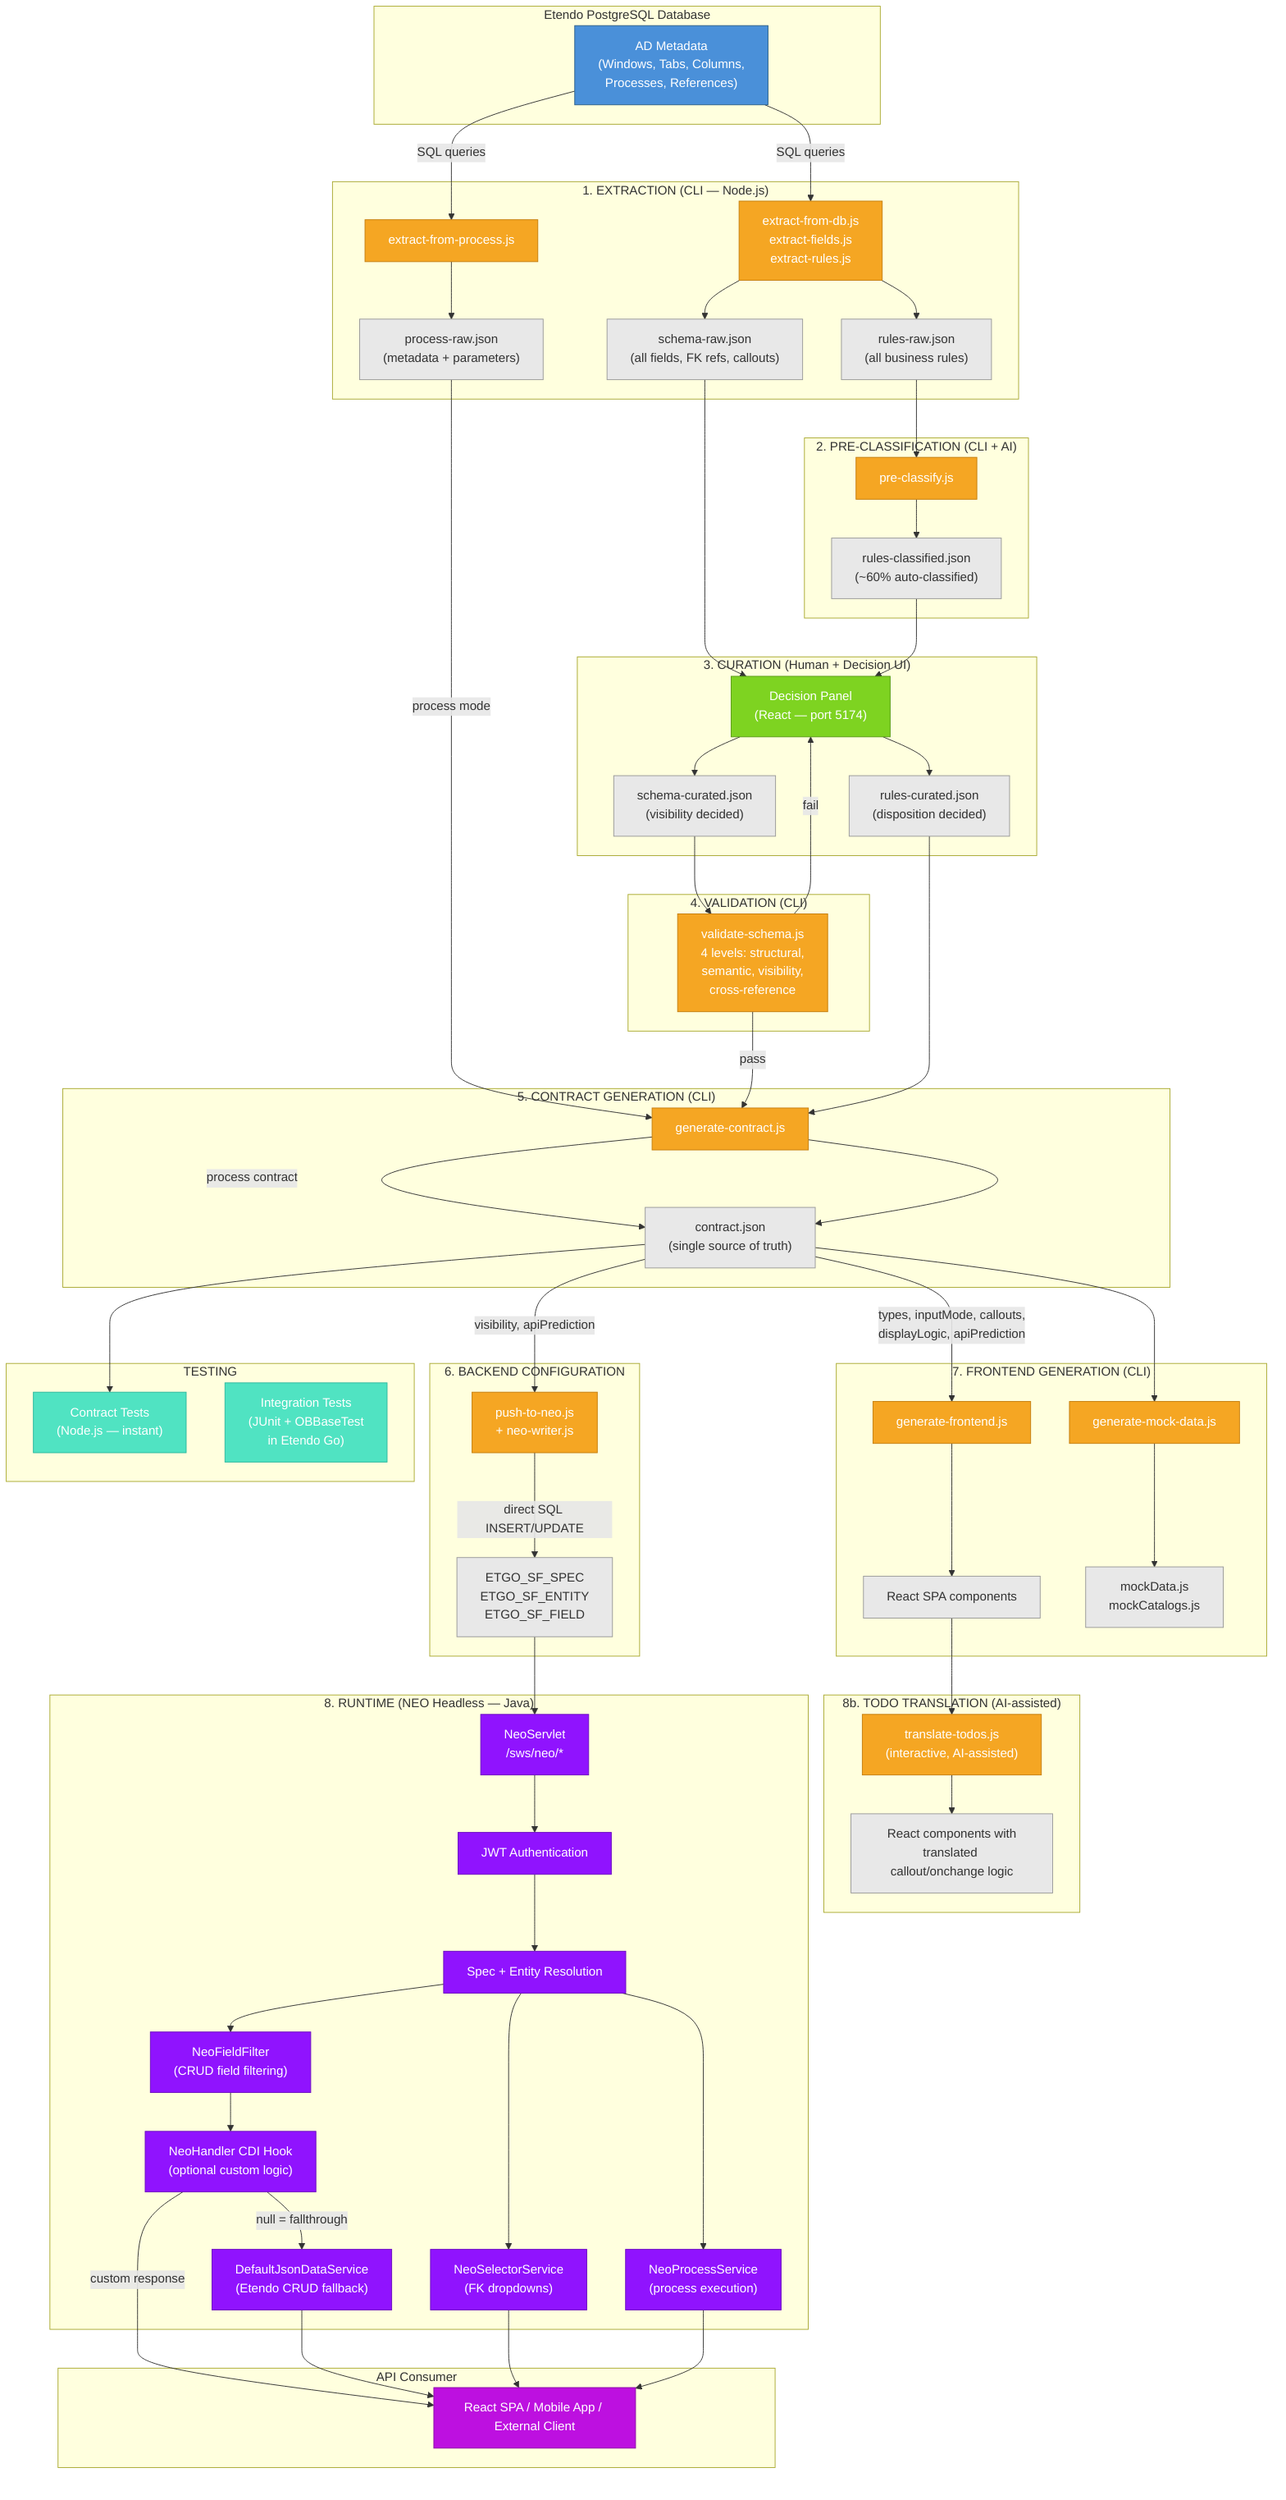
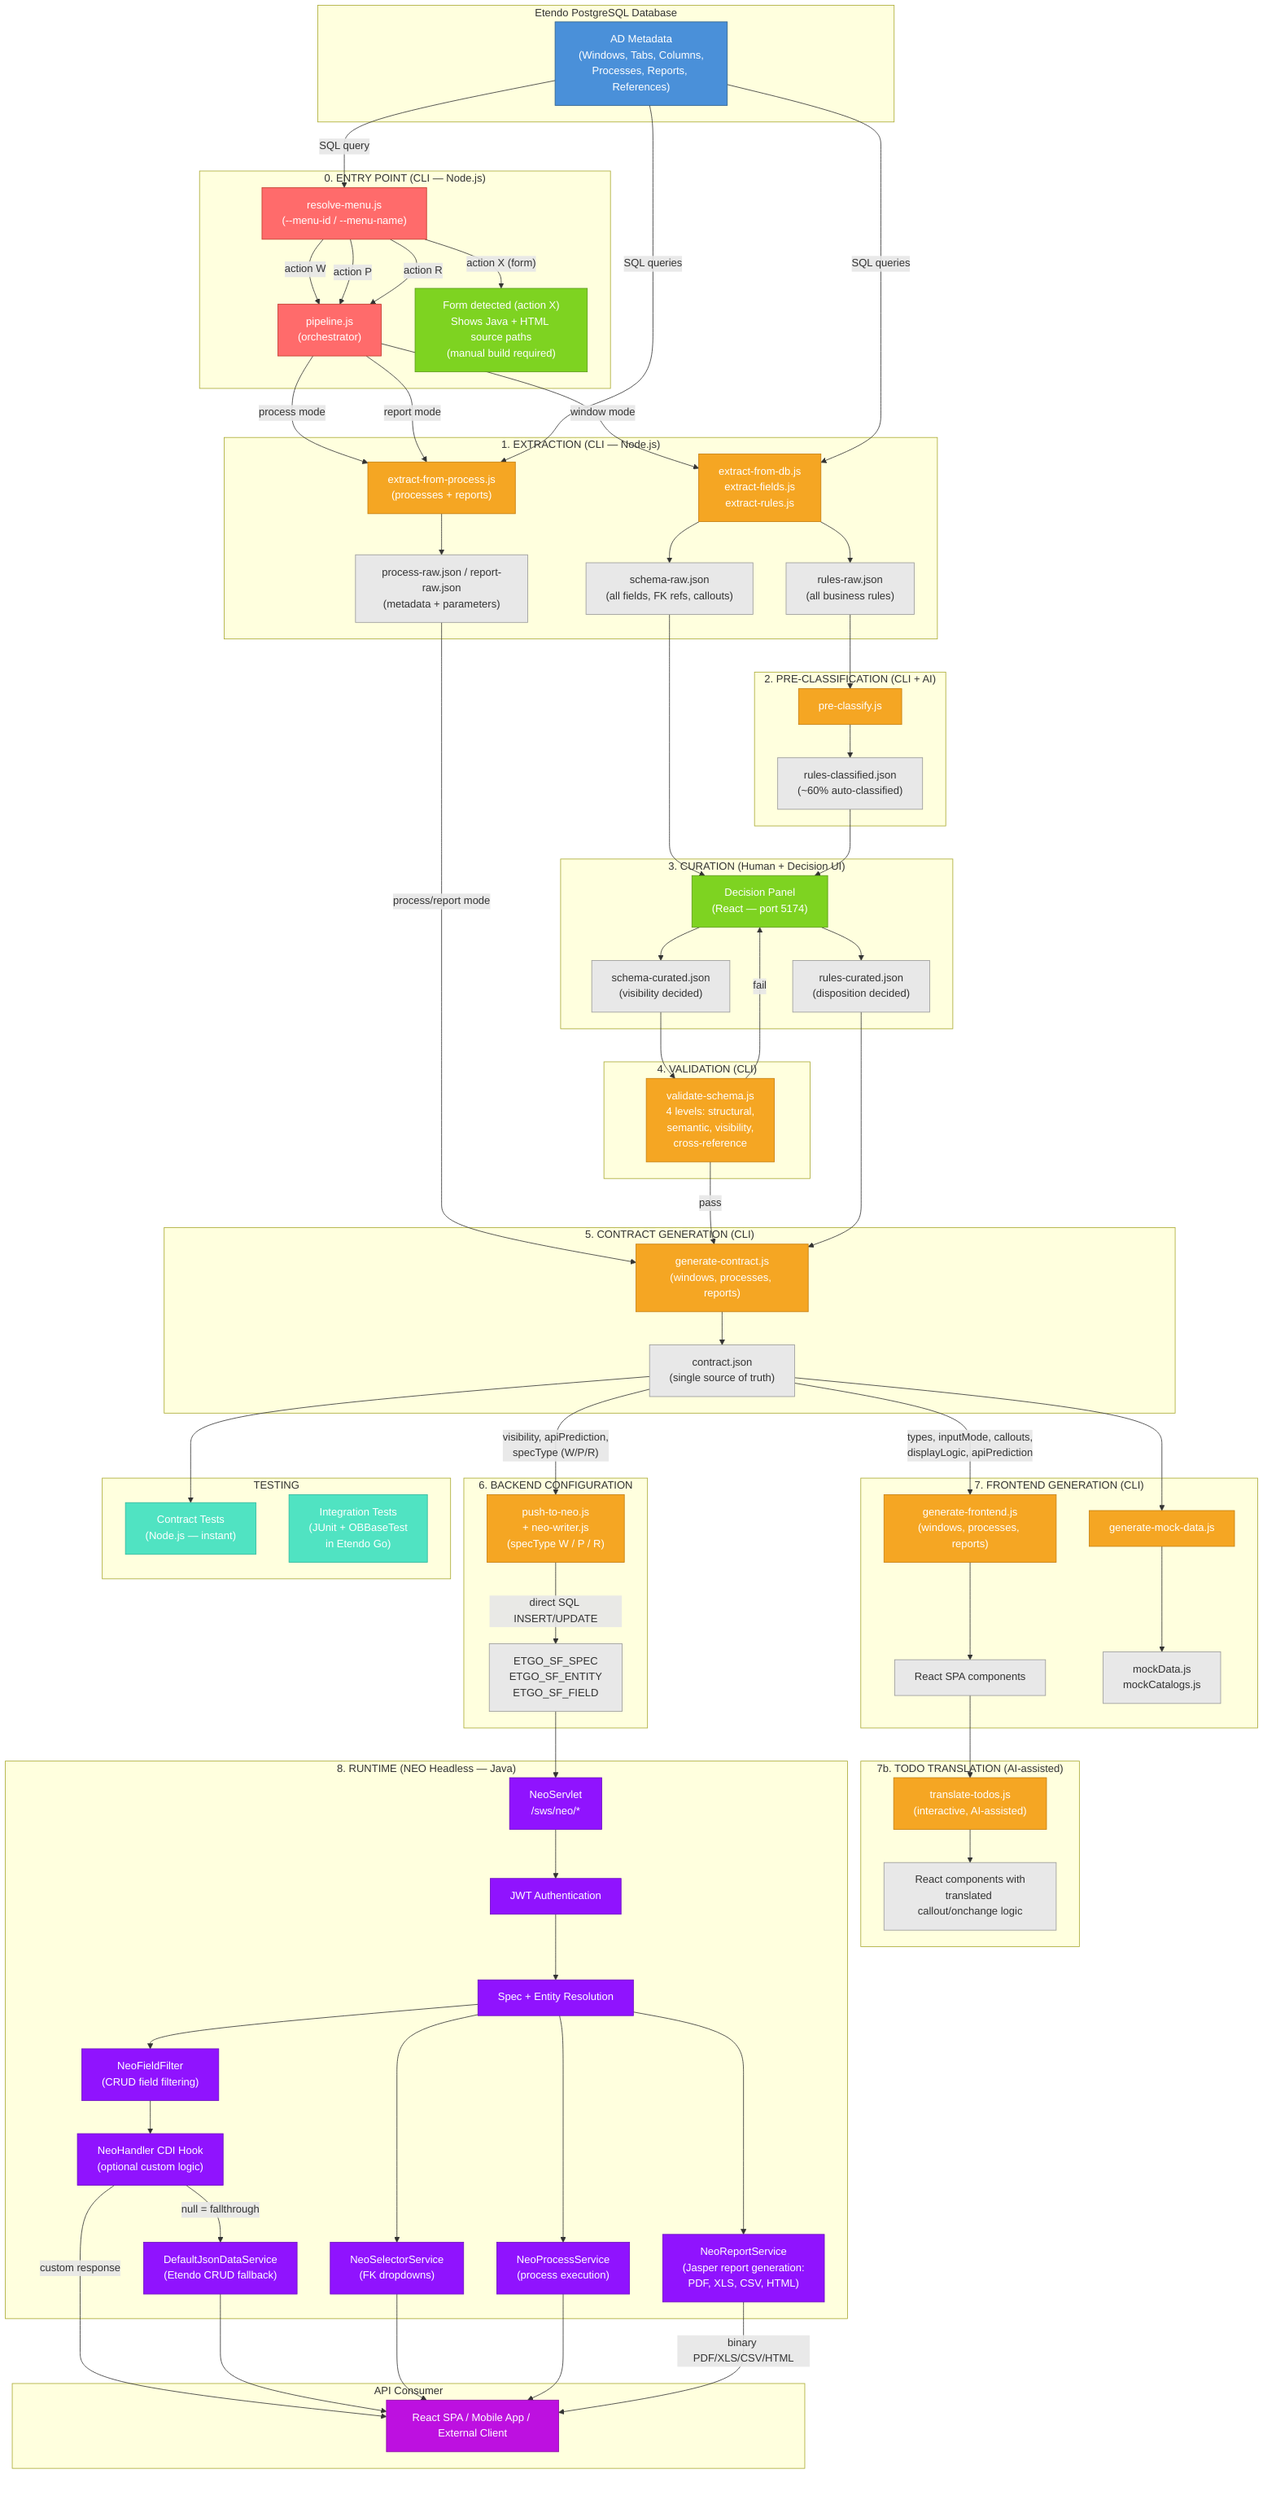
flowchart TD
    subgraph EtendoDB["Etendo PostgreSQL Database"]
-         AD["AD Metadata<br/>(Windows, Tabs, Columns,<br/>Processes, References)"]
+         AD["AD Metadata<br/>(Windows, Tabs, Columns,<br/>Processes, Reports, References)"]
+     end
+ 
+     subgraph EntryPoint["0. ENTRY POINT (CLI — Node.js)"]
+         MENU["resolve-menu.js<br/>(--menu-id / --menu-name)"]
+         PIPE["pipeline.js<br/>(orchestrator)"]
+         FORM_INFO["Form detected (action X)<br/>Shows Java + HTML source paths<br/>(manual build required)"]
    end

    subgraph Extraction["1. EXTRACTION (CLI — Node.js)"]
        EXT["extract-from-db.js<br/>extract-fields.js<br/>extract-rules.js"]
-         PEXT["extract-from-process.js"]
+         PEXT["extract-from-process.js<br/>(processes + reports)"]
        RAW_S["schema-raw.json<br/>(all fields, FK refs, callouts)"]
        RAW_R["rules-raw.json<br/>(all business rules)"]
-         RAW_P["process-raw.json<br/>(metadata + parameters)"]
+         RAW_P["process-raw.json / report-raw.json<br/>(metadata + parameters)"]
    end

    subgraph PreClassify["2. PRE-CLASSIFICATION (CLI + AI)"]
        PC["pre-classify.js"]
        CLASS_R["rules-classified.json<br/>(~60% auto-classified)"]
    end

    subgraph Curation["3. CURATION (Human + Decision UI)"]
        DP["Decision Panel<br/>(React — port 5174)"]
        CUR_S["schema-curated.json<br/>(visibility decided)"]
        CUR_R["rules-curated.json<br/>(disposition decided)"]
    end

    subgraph Validation["4. VALIDATION (CLI)"]
        VAL["validate-schema.js<br/>4 levels: structural,<br/>semantic, visibility,<br/>cross-reference"]
    end

    subgraph ContractGen["5. CONTRACT GENERATION (CLI)"]
-         GC["generate-contract.js"]
+         GC["generate-contract.js<br/>(windows, processes, reports)"]
        CONTRACT["contract.json<br/>(single source of truth)"]
    end

    subgraph BackendConfig["6. BACKEND CONFIGURATION"]
-         PTN["push-to-neo.js<br/>+ neo-writer.js"]
+         PTN["push-to-neo.js<br/>+ neo-writer.js<br/>(specType W / P / R)"]
        TABLES["ETGO_SF_SPEC<br/>ETGO_SF_ENTITY<br/>ETGO_SF_FIELD"]
    end

    subgraph FrontendGen["7. FRONTEND GENERATION (CLI)"]
-         GF["generate-frontend.js"]
+         GF["generate-frontend.js<br/>(windows, processes, reports)"]
        GM["generate-mock-data.js"]
        REACT["React SPA components"]
        MOCK["mockData.js<br/>mockCatalogs.js"]
    end

-     subgraph TodoTranslation["8b. TODO TRANSLATION (AI-assisted)"]
+     subgraph TodoTranslation["7b. TODO TRANSLATION (AI-assisted)"]
        TT["translate-todos.js<br/>(interactive, AI-assisted)"]
        TT_OUT["React components with<br/>translated callout/onchange logic"]
    end

    subgraph Runtime["8. RUNTIME (NEO Headless — Java)"]
        NEO["NeoServlet<br/>/sws/neo/*"]
        AUTH["JWT Authentication"]
        RESOLVE["Spec + Entity Resolution"]
        FILTER["NeoFieldFilter<br/>(CRUD field filtering)"]
        HANDLER["NeoHandler CDI Hook<br/>(optional custom logic)"]
        DS["DefaultJsonDataService<br/>(Etendo CRUD fallback)"]
        SEL["NeoSelectorService<br/>(FK dropdowns)"]
        PROC["NeoProcessService<br/>(process execution)"]
+         RPT["NeoReportService<br/>(Jasper report generation:<br/>PDF, XLS, CSV, HTML)"]
    end

    subgraph Testing["TESTING"]
        CT["Contract Tests<br/>(Node.js — instant)"]
        IT["Integration Tests<br/>(JUnit + OBBaseTest<br/>in Etendo Go)"]
    end

    subgraph Client["API Consumer"]
        APP["React SPA / Mobile App / External Client"]
    end

-     %% Extraction (Windows)
+     %% Entry point: menu resolution → pipeline orchestrator
+     AD -->|SQL query| MENU
+     MENU -->|"action W"| PIPE
+     MENU -->|"action P"| PIPE
+     MENU -->|"action R"| PIPE
+     MENU -->|"action X (form)"| FORM_INFO
+ 
+     %% Pipeline dispatches to correct extraction
+     PIPE -->|window mode| EXT
+     PIPE -->|process mode| PEXT
+     PIPE -->|report mode| PEXT
+ 
+     %% Window extraction
    AD -->|SQL queries| EXT
    EXT --> RAW_S
    EXT --> RAW_R

-     %% Extraction (Processes)
+     %% Process/report extraction
    AD -->|SQL queries| PEXT
    PEXT --> RAW_P

-     %% Process pipeline (simplified: extract → contract → push → frontend)
-     RAW_P -->|process mode| GC
-     GC -->|process contract| CONTRACT
+     %% Process/report pipeline (simplified: extract → contract → push → frontend)
+     RAW_P -->|process/report mode| GC

-     %% Pre-classification
+     %% Pre-classification (windows only)
    RAW_R --> PC
    PC --> CLASS_R

-     %% Curation
+     %% Curation (windows only)
    RAW_S --> DP
    CLASS_R --> DP
    DP --> CUR_S
    DP --> CUR_R

-     %% Validation
+     %% Validation (windows only)
    CUR_S --> VAL
    VAL -->|fail| DP
    VAL -->|pass| GC

    %% Contract generation (single source of truth)
    CUR_R --> GC
    GC --> CONTRACT

    %% Backend: contract → push-to-neo → direct DB → NEO Headless
-     CONTRACT -->|"visibility, apiPrediction"| PTN
+     CONTRACT -->|"visibility, apiPrediction,<br/>specType (W/P/R)"| PTN
    PTN -->|direct SQL INSERT/UPDATE| TABLES

    %% Frontend: contract → React SPA + mock data
    CONTRACT -->|"types, inputMode, callouts,<br/>displayLogic, apiPrediction"| GF
    CONTRACT --> GM
    GF --> REACT
    GM --> MOCK
+ 
+     %% TODO Translation (windows only, after frontend generation)
+     REACT --> TT
+     TT --> TT_OUT

    %% Runtime
    TABLES --> NEO
    NEO --> AUTH
    AUTH --> RESOLVE
    RESOLVE --> FILTER
    FILTER --> HANDLER
    HANDLER -->|custom response| APP
    HANDLER -->|null = fallthrough| DS
    DS --> APP
    RESOLVE --> SEL
    RESOLVE --> PROC
+     RESOLVE --> RPT
    SEL --> APP
    PROC --> APP
- 
-     %% TODO Translation (between frontend generation and testing)
-     REACT --> TT
-     TT --> TT_OUT
+     RPT -->|binary PDF/XLS/CSV/HTML| APP

    %% Testing
    CONTRACT --> CT

    %% Styling
    classDef db fill:#4a90d9,stroke:#2c5f8a,color:white
    classDef cli fill:#f5a623,stroke:#c47d0e,color:white
    classDef human fill:#7ed321,stroke:#5a9a18,color:white
    classDef webhook fill:#d0021b,stroke:#a00216,color:white
    classDef runtime fill:#9013fe,stroke:#6b0ebf,color:white
    classDef artifact fill:#e8e8e8,stroke:#999,color:#333
    classDef test fill:#50e3c2,stroke:#2db89e,color:white
    classDef client fill:#bd10e0,stroke:#8a0ca5,color:white
+     classDef entry fill:#ff6b6b,stroke:#c0392b,color:white

    class AD db
    class EXT,PEXT,PC,VAL cli
    class DP human
-     class WH webhook
-     class NEO,AUTH,RESOLVE,FILTER,HANDLER,DS,SEL,PROC runtime
+     class NEO,AUTH,RESOLVE,FILTER,HANDLER,DS,SEL,PROC,RPT runtime
    class RAW_S,RAW_R,RAW_P,CLASS_R,CUR_S,CUR_R,TABLES,CONTRACT,REACT,MOCK artifact
    class CT,IT test
    class APP client
    class GC,PTN,GF,GM,TT cli
    class TT_OUT artifact
+     class MENU,PIPE entry
+     class FORM_INFO human
